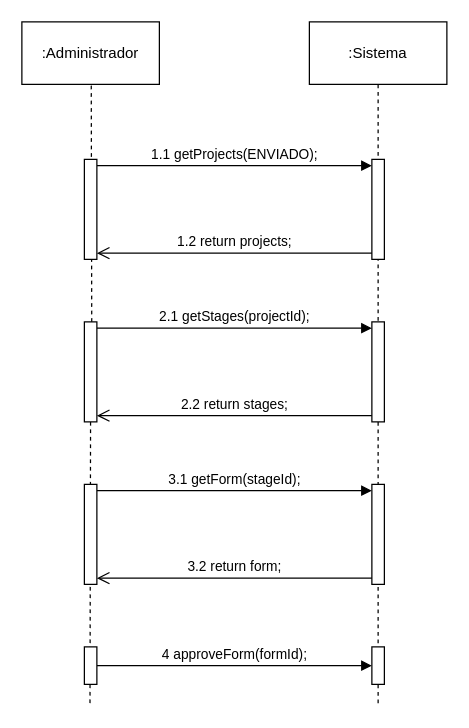
The draw.io diagram Trabalho final/5 - DSS/4 - Enviar feedback formulário.drawio in ViniciusKurek/CalculadoraAPS, before the edit. Source tidied: cells renumbered, new cells numbered last; positions are measured from the earlier drawing's top-left corner, leaving out a move shared by most shapes. Both pictures are drawn from the tidied source at 125%, with x=0, y=0 at pixel (21, 21).
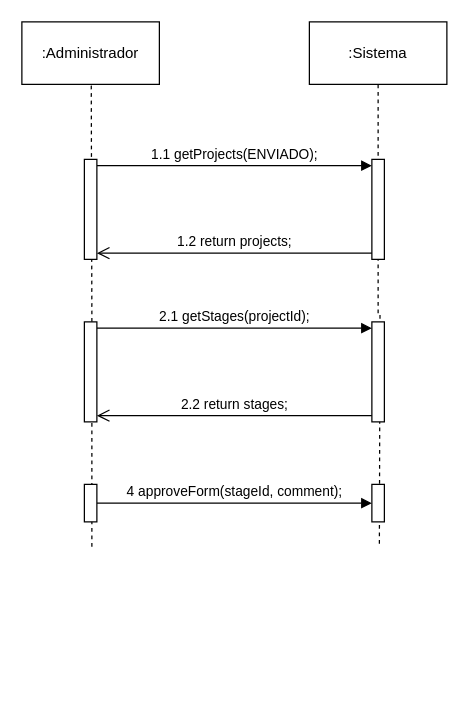
The same diagram, later.

Unchanged cells that the change refers to:
```xml
<mxCell id="5" value=":Sistema" style="html=1;whiteSpace=wrap;" parent="1" vertex="1">
  <mxGeometry x="230" width="110" height="50" as="geometry" />
</mxCell>
```

Diff of the diagram source:
```diff
@@
     <mxCell id="2" style="edgeStyle=orthogonalEdgeStyle;rounded=0;orthogonalLoop=1;jettySize=auto;html=1;endArrow=none;endFill=0;dashed=1;" parent="1" edge="1">
       <mxGeometry relative="1" as="geometry">
         <mxPoint x="55.5" y="45" as="sourcePoint" />
-        <mxPoint x="54.5" y="545" as="targetPoint" />
+        <mxPoint x="56" y="420" as="targetPoint" />
       </mxGeometry>
     </mxCell>
@@
     <mxCell id="4" style="edgeStyle=orthogonalEdgeStyle;rounded=0;jettySize=auto;html=1;dashed=1;endArrow=none;endFill=0;" parent="1" edge="1" source="5">
       <mxGeometry relative="1" as="geometry">
-        <mxPoint x="285" y="546" as="targetPoint" />
+        <mxPoint x="286" y="420" as="targetPoint" />
       </mxGeometry>
     </mxCell>
@@
-    <mxCell id="14" style="html=1;points=[[0,0,0,0,5],[0,1,0,0,-5],[1,0,0,0,5],[1,1,0,0,-5]];perimeter=orthogonalPerimeter;outlineConnect=0;targetShapes=umlLifeline;portConstraint=eastwest;newEdgeStyle={&quot;curved&quot;:0,&quot;rounded&quot;:0};" parent="1" vertex="1">
-      <mxGeometry x="280" y="370" width="10" height="80" as="geometry" />
-    </mxCell>
-    <mxCell id="15" value="3.1 getForm(stageId);" style="html=1;verticalAlign=bottom;endArrow=block;curved=0;rounded=0;entryX=0;entryY=0;entryDx=0;entryDy=5;exitX=1;exitY=0;exitDx=0;exitDy=5;exitPerimeter=0;" parent="1" edge="1" source="17" target="14">
-      <mxGeometry relative="1" as="geometry" />
-    </mxCell>
-    <mxCell id="16" value="3.2 return form;" style="html=1;verticalAlign=bottom;endArrow=open;endSize=8;curved=0;rounded=0;exitX=0;exitY=1;exitDx=0;exitDy=-5;entryX=1;entryY=1;entryDx=0;entryDy=-5;entryPerimeter=0;" parent="1" edge="1" source="14" target="17">
-      <mxGeometry relative="1" as="geometry" />
-    </mxCell>
-    <mxCell id="17" style="html=1;points=[[0,0,0,0,5],[0,1,0,0,-5],[1,0,0,0,5],[1,1,0,0,-5]];perimeter=orthogonalPerimeter;outlineConnect=0;targetShapes=umlLifeline;portConstraint=eastwest;newEdgeStyle={&quot;curved&quot;:0,&quot;rounded&quot;:0};" parent="1" vertex="1">
-      <mxGeometry x="50" y="370" width="10" height="80" as="geometry" />
-    </mxCell>
     <mxCell id="18" style="html=1;perimeter=orthogonalPerimeter;targetShapes=umlLifeline;newEdgeStyle={&quot;curved&quot;:0,&quot;rounded&quot;:0};" parent="1" vertex="1">
-      <mxGeometry x="280" y="500" width="10" height="30" as="geometry" />
+      <mxGeometry x="280" y="370" width="10" height="30" as="geometry" />
     </mxCell>
-    <mxCell id="19" value="4 approveForm(formId);" style="html=1;verticalAlign=bottom;endArrow=block;curved=0;rounded=0;entryX=0;entryY=0;entryDx=0;entryDy=5;exitX=1;exitY=0;exitDx=0;exitDy=5;exitPerimeter=0;" parent="1" edge="1">
+    <mxCell id="19" value="4 approveForm(stageId, comment);" style="html=1;verticalAlign=bottom;endArrow=block;curved=0;rounded=0;entryX=0;entryY=0;entryDx=0;entryDy=5;exitX=1;exitY=0;exitDx=0;exitDy=5;exitPerimeter=0;" parent="1" edge="1">
       <mxGeometry relative="1" as="geometry">
-        <mxPoint x="60" y="515" as="sourcePoint" />
-        <mxPoint x="280" y="515" as="targetPoint" />
+        <mxPoint x="60" y="385" as="sourcePoint" />
+        <mxPoint x="280" y="385" as="targetPoint" />
       </mxGeometry>
     </mxCell>
     <mxCell id="20" style="html=1;perimeter=orthogonalPerimeter;targetShapes=umlLifeline;newEdgeStyle={&quot;curved&quot;:0,&quot;rounded&quot;:0};" parent="1" vertex="1">
-      <mxGeometry x="50" y="500" width="10" height="30" as="geometry" />
+      <mxGeometry x="50" y="370" width="10" height="30" as="geometry" />
     </mxCell>
```
